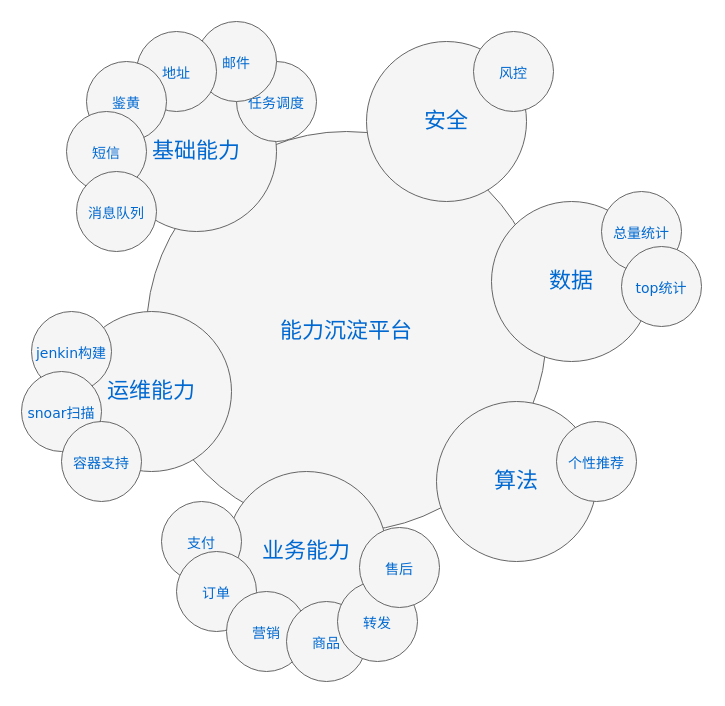
Before: 能力连接图.drawio in mingtian110/pc_home, a draw.io diagram. Source tidied: cells renumbered, new cells numbered last; positions are measured from the earlier drawing's top-left corner, leaving out a move shared by most shapes. Both pictures are drawn from the tidied source at 100%, with x=0, y=0 at pixel (21, 21).
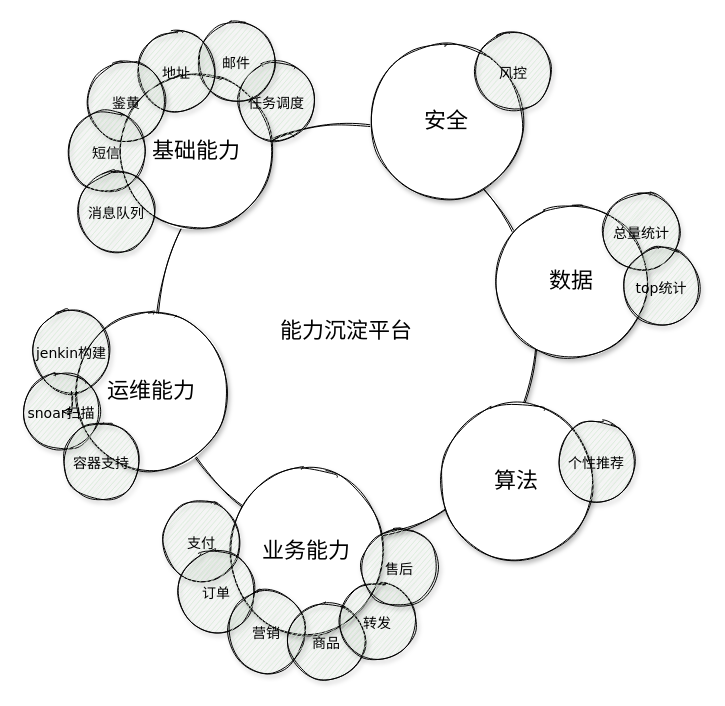
The same page after the edit.

Commit message:
更新能力连接图.drawio

The edit, as a diff of the source:
```diff
@@
-    <mxCell id="2" value="能力沉淀平台" style="ellipse;whiteSpace=wrap;html=1;rounded=0;shadow=0;dashed=0;comic=0;fontFamily=Verdana;fontSize=22;fontColor=#0069D1;fillColor=#f5f5f5;strokeColor=#666666;" parent="1" vertex="1">
+    <mxCell id="2" value="能力沉淀平台" style="ellipse;whiteSpace=wrap;html=1;rounded=0;shadow=1;comic=0;fontFamily=Verdana;fontSize=22;sketch=1;strokeWidth=1;fixDash=0;fillColor=#FFFFFF;" parent="1" vertex="1">
       <mxGeometry x="125" y="110" width="400" height="400" as="geometry" />
     </mxCell>
-    <mxCell id="3" value="业务能力" style="ellipse;whiteSpace=wrap;html=1;rounded=0;shadow=0;dashed=0;comic=0;fontFamily=Verdana;fontSize=22;fontColor=#0069D1;fillColor=#f5f5f5;strokeColor=#666666;" parent="1" vertex="1">
+    <mxCell id="3" value="业务能力" style="ellipse;whiteSpace=wrap;html=1;rounded=0;shadow=1;comic=0;fontFamily=Verdana;fontSize=22;sketch=1;strokeWidth=1;fixDash=0;fillColor=#FFFFFF;" parent="1" vertex="1">
       <mxGeometry x="205" y="450" width="160" height="160" as="geometry" />
     </mxCell>
-    <mxCell id="4" value="数据" style="ellipse;whiteSpace=wrap;html=1;rounded=0;shadow=0;dashed=0;comic=0;fontFamily=Verdana;fontSize=22;fontColor=#0069D1;fillColor=#f5f5f5;strokeColor=#666666;" parent="1" vertex="1">
+    <mxCell id="4" value="数据" style="ellipse;whiteSpace=wrap;html=1;rounded=0;shadow=1;comic=0;fontFamily=Verdana;fontSize=22;sketch=1;strokeWidth=1;fixDash=0;fillColor=#FFFFFF;" parent="1" vertex="1">
       <mxGeometry x="470" y="180" width="160" height="160" as="geometry" />
     </mxCell>
-    <mxCell id="5" value="基础能力" style="ellipse;whiteSpace=wrap;html=1;rounded=0;shadow=0;dashed=0;comic=0;fontFamily=Verdana;fontSize=22;fontColor=#0069D1;fillColor=#f5f5f5;strokeColor=#666666;" parent="1" vertex="1">
+    <mxCell id="5" value="基础能力" style="ellipse;whiteSpace=wrap;html=1;rounded=0;shadow=1;comic=0;fontFamily=Verdana;fontSize=22;sketch=1;strokeWidth=1;fixDash=0;fillColor=#FFFFFF;" parent="1" vertex="1">
       <mxGeometry x="95" y="50" width="160" height="160" as="geometry" />
     </mxCell>
-    <mxCell id="6" value="安全" style="ellipse;whiteSpace=wrap;html=1;rounded=0;shadow=0;dashed=0;comic=0;fontFamily=Verdana;fontSize=22;fontColor=#0069D1;fillColor=#f5f5f5;strokeColor=#666666;" parent="1" vertex="1">
+    <mxCell id="6" value="安全" style="ellipse;whiteSpace=wrap;html=1;rounded=0;shadow=1;comic=0;fontFamily=Verdana;fontSize=22;sketch=1;strokeWidth=1;fixDash=0;fillColor=#FFFFFF;" parent="1" vertex="1">
       <mxGeometry x="345" y="20" width="160" height="160" as="geometry" />
     </mxCell>
-    <mxCell id="7" value="算法" style="ellipse;whiteSpace=wrap;html=1;rounded=0;shadow=0;dashed=0;comic=0;fontFamily=Verdana;fontSize=22;fontColor=#0069D1;fillColor=#f5f5f5;strokeColor=#666666;" parent="1" vertex="1">
+    <mxCell id="7" value="算法" style="ellipse;whiteSpace=wrap;html=1;rounded=0;shadow=1;comic=0;fontFamily=Verdana;fontSize=22;sketch=1;strokeWidth=1;fixDash=0;fillColor=#FFFFFF;" parent="1" vertex="1">
       <mxGeometry x="415" y="380" width="160" height="160" as="geometry" />
     </mxCell>
-    <mxCell id="8" value="运维能力" style="ellipse;whiteSpace=wrap;html=1;rounded=0;shadow=0;dashed=0;comic=0;fontFamily=Verdana;fontSize=22;fontColor=#0069D1;fillColor=#f5f5f5;strokeColor=#666666;" parent="1" vertex="1">
+    <mxCell id="8" value="运维能力" style="ellipse;whiteSpace=wrap;html=1;rounded=0;shadow=1;comic=0;fontFamily=Verdana;fontSize=22;sketch=1;strokeWidth=1;fixDash=0;fillColor=#FFFFFF;" parent="1" vertex="1">
       <mxGeometry x="50" y="290" width="160" height="160" as="geometry" />
     </mxCell>
-    <mxCell id="9" style="edgeStyle=orthogonalEdgeStyle;rounded=0;jettySize=auto;html=1;" parent="1" edge="1" source="10" target="11">
+    <mxCell id="9" style="edgeStyle=orthogonalEdgeStyle;rounded=0;jettySize=auto;html=1;sketch=1;shadow=1;fillColor=#d5e8d4;strokeWidth=1;fixDash=0;snapToPoint=0;" parent="1" edge="1" source="10" target="11">
       <mxGeometry relative="1" as="geometry" />
     </mxCell>
-    <mxCell id="10" value="&lt;font style=&quot;font-size: 14px&quot;&gt;jenkin构建&lt;/font&gt;" style="ellipse;whiteSpace=wrap;html=1;rounded=0;shadow=0;dashed=0;comic=0;fontFamily=Verdana;fontSize=22;fontColor=#0069D1;fillColor=#f5f5f5;strokeColor=#666666;" parent="1" vertex="1">
+    <mxCell id="10" value="&lt;font style=&quot;font-size: 14px&quot;&gt;jenkin构建&lt;/font&gt;" style="ellipse;whiteSpace=wrap;html=1;rounded=0;shadow=1;comic=0;fontFamily=Verdana;fontSize=22;fillColor=#d5e8d4;sketch=1;strokeWidth=1;fixDash=0;snapToPoint=0;" parent="1" vertex="1">
       <mxGeometry x="10" y="290" width="80" height="80" as="geometry" />
     </mxCell>
-    <mxCell id="11" value="&lt;font style=&quot;font-size: 14px&quot;&gt;snoar扫描&lt;/font&gt;" style="ellipse;whiteSpace=wrap;html=1;rounded=0;shadow=0;dashed=0;comic=0;fontFamily=Verdana;fontSize=22;fontColor=#0069D1;fillColor=#f5f5f5;strokeColor=#666666;" parent="1" vertex="1">
+    <mxCell id="11" value="&lt;font style=&quot;font-size: 14px&quot;&gt;snoar扫描&lt;/font&gt;" style="ellipse;whiteSpace=wrap;html=1;rounded=0;shadow=1;comic=0;fontFamily=Verdana;fontSize=22;fillColor=#d5e8d4;sketch=1;strokeWidth=1;fixDash=0;snapToPoint=0;" parent="1" vertex="1">
       <mxGeometry y="350" width="80" height="80" as="geometry" />
     </mxCell>
-    <mxCell id="12" value="&lt;font style=&quot;font-size: 14px&quot;&gt;容器支持&lt;/font&gt;" style="ellipse;whiteSpace=wrap;html=1;rounded=0;shadow=0;dashed=0;comic=0;fontFamily=Verdana;fontSize=22;fontColor=#0069D1;fillColor=#f5f5f5;strokeColor=#666666;" parent="1" vertex="1">
+    <mxCell id="12" value="&lt;font style=&quot;font-size: 14px&quot;&gt;容器支持&lt;/font&gt;" style="ellipse;whiteSpace=wrap;html=1;rounded=0;shadow=1;comic=0;fontFamily=Verdana;fontSize=22;fillColor=#d5e8d4;sketch=1;strokeWidth=1;fixDash=0;" parent="1" vertex="1">
       <mxGeometry x="40" y="400" width="80" height="80" as="geometry" />
     </mxCell>
-    <mxCell id="13" value="&lt;font style=&quot;font-size: 14px&quot;&gt;总量统计&lt;/font&gt;" style="ellipse;whiteSpace=wrap;html=1;rounded=0;shadow=0;dashed=0;comic=0;fontFamily=Verdana;fontSize=22;fontColor=#0069D1;fillColor=#f5f5f5;strokeColor=#666666;" parent="1" vertex="1">
+    <mxCell id="13" value="&lt;font style=&quot;font-size: 14px&quot;&gt;总量统计&lt;/font&gt;" style="ellipse;whiteSpace=wrap;html=1;rounded=0;shadow=1;comic=0;fontFamily=Verdana;fontSize=22;fillColor=#d5e8d4;sketch=1;strokeWidth=1;fixDash=0;" parent="1" vertex="1">
       <mxGeometry x="580" y="170" width="80" height="80" as="geometry" />
     </mxCell>
-    <mxCell id="14" value="&lt;font style=&quot;font-size: 14px&quot;&gt;top统计&lt;/font&gt;" style="ellipse;whiteSpace=wrap;html=1;rounded=0;shadow=0;dashed=0;comic=0;fontFamily=Verdana;fontSize=22;fontColor=#0069D1;fillColor=#f5f5f5;strokeColor=#666666;" parent="1" vertex="1">
+    <mxCell id="14" value="&lt;font style=&quot;font-size: 14px&quot;&gt;top统计&lt;/font&gt;" style="ellipse;whiteSpace=wrap;html=1;rounded=0;shadow=1;comic=0;fontFamily=Verdana;fontSize=22;fillColor=#d5e8d4;sketch=1;strokeWidth=1;fixDash=0;" parent="1" vertex="1">
       <mxGeometry x="600" y="225" width="80" height="80" as="geometry" />
     </mxCell>
-    <mxCell id="15" value="&lt;font style=&quot;font-size: 14px&quot;&gt;任务调度&lt;/font&gt;" style="ellipse;whiteSpace=wrap;html=1;rounded=0;shadow=0;dashed=0;comic=0;fontFamily=Verdana;fontSize=22;fontColor=#0069D1;fillColor=#f5f5f5;strokeColor=#666666;" parent="1" vertex="1">
+    <mxCell id="15" value="&lt;font style=&quot;font-size: 14px&quot;&gt;任务调度&lt;/font&gt;" style="ellipse;whiteSpace=wrap;html=1;rounded=0;shadow=1;comic=0;fontFamily=Verdana;fontSize=22;fillColor=#d5e8d4;sketch=1;strokeWidth=1;fixDash=0;" parent="1" vertex="1">
       <mxGeometry x="215" y="40" width="80" height="80" as="geometry" />
     </mxCell>
-    <mxCell id="16" value="&lt;font style=&quot;font-size: 14px&quot;&gt;邮件&lt;/font&gt;" style="ellipse;whiteSpace=wrap;html=1;rounded=0;shadow=0;dashed=0;comic=0;fontFamily=Verdana;fontSize=22;fontColor=#0069D1;fillColor=#f5f5f5;strokeColor=#666666;" parent="1" vertex="1">
+    <mxCell id="16" value="&lt;font style=&quot;font-size: 14px&quot;&gt;邮件&lt;/font&gt;" style="ellipse;whiteSpace=wrap;html=1;rounded=0;shadow=1;comic=0;fontFamily=Verdana;fontSize=22;fillColor=#d5e8d4;sketch=1;strokeWidth=1;fixDash=0;" parent="1" vertex="1">
       <mxGeometry x="175" width="80" height="80" as="geometry" />
     </mxCell>
-    <mxCell id="17" value="&lt;font style=&quot;font-size: 14px&quot;&gt;地址&lt;/font&gt;" style="ellipse;whiteSpace=wrap;html=1;rounded=0;shadow=0;dashed=0;comic=0;fontFamily=Verdana;fontSize=22;fontColor=#0069D1;fillColor=#f5f5f5;strokeColor=#666666;" parent="1" vertex="1">
+    <mxCell id="17" value="&lt;font style=&quot;font-size: 14px&quot;&gt;地址&lt;/font&gt;" style="ellipse;whiteSpace=wrap;html=1;rounded=0;shadow=1;comic=0;fontFamily=Verdana;fontSize=22;fillColor=#d5e8d4;sketch=1;strokeWidth=1;fixDash=0;" parent="1" vertex="1">
       <mxGeometry x="115" y="10" width="80" height="80" as="geometry" />
     </mxCell>
-    <mxCell id="18" value="&lt;font style=&quot;font-size: 14px&quot;&gt;鉴黄&lt;/font&gt;" style="ellipse;whiteSpace=wrap;html=1;rounded=0;shadow=0;dashed=0;comic=0;fontFamily=Verdana;fontSize=22;fontColor=#0069D1;fillColor=#f5f5f5;strokeColor=#666666;" parent="1" vertex="1">
+    <mxCell id="18" value="&lt;font style=&quot;font-size: 14px&quot;&gt;鉴黄&lt;/font&gt;" style="ellipse;whiteSpace=wrap;html=1;rounded=0;shadow=1;comic=0;fontFamily=Verdana;fontSize=22;fillColor=#d5e8d4;sketch=1;strokeWidth=1;fixDash=0;" parent="1" vertex="1">
       <mxGeometry x="65" y="40" width="80" height="80" as="geometry" />
     </mxCell>
-    <mxCell id="19" value="&lt;font style=&quot;font-size: 14px&quot;&gt;短信&lt;/font&gt;" style="ellipse;whiteSpace=wrap;html=1;rounded=0;shadow=0;dashed=0;comic=0;fontFamily=Verdana;fontSize=22;fontColor=#0069D1;fillColor=#f5f5f5;strokeColor=#666666;" parent="1" vertex="1">
+    <mxCell id="19" value="&lt;font style=&quot;font-size: 14px&quot;&gt;短信&lt;/font&gt;" style="ellipse;whiteSpace=wrap;html=1;rounded=0;shadow=1;comic=0;fontFamily=Verdana;fontSize=22;fillColor=#d5e8d4;sketch=1;strokeWidth=1;fixDash=0;" parent="1" vertex="1">
       <mxGeometry x="45" y="90" width="80" height="80" as="geometry" />
     </mxCell>
-    <mxCell id="20" value="&lt;font style=&quot;font-size: 14px&quot;&gt;消息队列&lt;/font&gt;" style="ellipse;whiteSpace=wrap;html=1;rounded=0;shadow=0;dashed=0;comic=0;fontFamily=Verdana;fontSize=22;fontColor=#0069D1;fillColor=#f5f5f5;strokeColor=#666666;" parent="1" vertex="1">
+    <mxCell id="20" value="&lt;font style=&quot;font-size: 14px&quot;&gt;消息队列&lt;/font&gt;" style="ellipse;whiteSpace=wrap;html=1;rounded=0;shadow=1;comic=0;fontFamily=Verdana;fontSize=22;fillColor=#d5e8d4;sketch=1;strokeWidth=1;fixDash=0;" parent="1" vertex="1">
       <mxGeometry x="55" y="150" width="80" height="80" as="geometry" />
     </mxCell>
-    <mxCell id="21" value="&lt;font style=&quot;font-size: 14px&quot;&gt;个性推荐&lt;/font&gt;" style="ellipse;whiteSpace=wrap;html=1;rounded=0;shadow=0;dashed=0;comic=0;fontFamily=Verdana;fontSize=22;fontColor=#0069D1;fillColor=#f5f5f5;strokeColor=#666666;" parent="1" vertex="1">
+    <mxCell id="21" value="&lt;font style=&quot;font-size: 14px&quot;&gt;个性推荐&lt;/font&gt;" style="ellipse;whiteSpace=wrap;html=1;rounded=0;shadow=1;comic=0;fontFamily=Verdana;fontSize=22;fillColor=#d5e8d4;sketch=1;strokeWidth=1;fixDash=0;" parent="1" vertex="1">
       <mxGeometry x="535" y="400" width="80" height="80" as="geometry" />
     </mxCell>
-    <mxCell id="22" value="&lt;font style=&quot;font-size: 14px&quot;&gt;支付&lt;/font&gt;" style="ellipse;whiteSpace=wrap;html=1;rounded=0;shadow=0;dashed=0;comic=0;fontFamily=Verdana;fontSize=22;fontColor=#0069D1;fillColor=#f5f5f5;strokeColor=#666666;" parent="1" vertex="1">
+    <mxCell id="22" value="&lt;font style=&quot;font-size: 14px&quot;&gt;支付&lt;/font&gt;" style="ellipse;whiteSpace=wrap;html=1;rounded=0;shadow=1;comic=0;fontFamily=Verdana;fontSize=22;fillColor=#d5e8d4;sketch=1;strokeWidth=1;fixDash=0;" parent="1" vertex="1">
       <mxGeometry x="140" y="480" width="80" height="80" as="geometry" />
     </mxCell>
-    <mxCell id="23" value="&lt;font style=&quot;font-size: 14px&quot;&gt;订单&lt;/font&gt;" style="ellipse;whiteSpace=wrap;html=1;rounded=0;shadow=0;dashed=0;comic=0;fontFamily=Verdana;fontSize=22;fontColor=#0069D1;fillColor=#f5f5f5;strokeColor=#666666;" parent="1" vertex="1">
+    <mxCell id="23" value="&lt;font style=&quot;font-size: 14px&quot;&gt;订单&lt;/font&gt;" style="ellipse;whiteSpace=wrap;html=1;rounded=0;shadow=1;comic=0;fontFamily=Verdana;fontSize=22;fillColor=#d5e8d4;sketch=1;strokeWidth=1;fixDash=0;" parent="1" vertex="1">
       <mxGeometry x="155" y="530" width="80" height="80" as="geometry" />
     </mxCell>
-    <mxCell id="24" value="&lt;font style=&quot;font-size: 14px&quot;&gt;营销&lt;/font&gt;" style="ellipse;whiteSpace=wrap;html=1;rounded=0;shadow=0;dashed=0;comic=0;fontFamily=Verdana;fontSize=22;fontColor=#0069D1;fillColor=#f5f5f5;strokeColor=#666666;" parent="1" vertex="1">
+    <mxCell id="24" value="&lt;font style=&quot;font-size: 14px&quot;&gt;营销&lt;/font&gt;" style="ellipse;whiteSpace=wrap;html=1;rounded=0;shadow=1;comic=0;fontFamily=Verdana;fontSize=22;fillColor=#d5e8d4;sketch=1;strokeWidth=1;fixDash=0;" parent="1" vertex="1">
       <mxGeometry x="205" y="570" width="80" height="80" as="geometry" />
     </mxCell>
-    <mxCell id="25" value="&lt;font style=&quot;font-size: 14px&quot;&gt;商品&lt;/font&gt;" style="ellipse;whiteSpace=wrap;html=1;rounded=0;shadow=0;dashed=0;comic=0;fontFamily=Verdana;fontSize=22;fontColor=#0069D1;fillColor=#f5f5f5;strokeColor=#666666;" parent="1" vertex="1">
+    <mxCell id="25" value="&lt;font style=&quot;font-size: 14px&quot;&gt;商品&lt;/font&gt;" style="ellipse;whiteSpace=wrap;html=1;rounded=0;shadow=1;comic=0;fontFamily=Verdana;fontSize=22;fillColor=#d5e8d4;sketch=1;strokeWidth=1;fixDash=0;" parent="1" vertex="1">
       <mxGeometry x="265" y="580" width="80" height="80" as="geometry" />
     </mxCell>
-    <mxCell id="26" value="&lt;font style=&quot;font-size: 14px&quot;&gt;转发&lt;/font&gt;" style="ellipse;whiteSpace=wrap;html=1;rounded=0;shadow=0;dashed=0;comic=0;fontFamily=Verdana;fontSize=22;fontColor=#0069D1;fillColor=#f5f5f5;strokeColor=#666666;" parent="1" vertex="1">
+    <mxCell id="26" value="&lt;font style=&quot;font-size: 14px&quot;&gt;转发&lt;/font&gt;" style="ellipse;whiteSpace=wrap;html=1;rounded=0;shadow=1;comic=0;fontFamily=Verdana;fontSize=22;fillColor=#d5e8d4;sketch=1;strokeWidth=1;fixDash=0;" parent="1" vertex="1">
       <mxGeometry x="316" y="560" width="80" height="80" as="geometry" />
     </mxCell>
-    <mxCell id="27" value="&lt;font style=&quot;font-size: 14px&quot;&gt;售后&lt;/font&gt;" style="ellipse;whiteSpace=wrap;html=1;rounded=0;shadow=0;dashed=0;comic=0;fontFamily=Verdana;fontSize=22;fontColor=#0069D1;fillColor=#f5f5f5;strokeColor=#666666;" parent="1" vertex="1">
+    <mxCell id="27" value="&lt;font style=&quot;font-size: 14px&quot;&gt;售后&lt;/font&gt;" style="ellipse;whiteSpace=wrap;html=1;rounded=0;shadow=1;comic=0;fontFamily=Verdana;fontSize=22;fillColor=#d5e8d4;sketch=1;strokeWidth=1;fixDash=0;" parent="1" vertex="1">
       <mxGeometry x="338" y="506" width="80" height="80" as="geometry" />
     </mxCell>
-    <mxCell id="28" value="&lt;font style=&quot;font-size: 14px&quot;&gt;风控&lt;/font&gt;" style="ellipse;whiteSpace=wrap;html=1;rounded=0;shadow=0;dashed=0;comic=0;fontFamily=Verdana;fontSize=22;fontColor=#0069D1;fillColor=#f5f5f5;strokeColor=#666666;" parent="1" vertex="1">
+    <mxCell id="28" value="&lt;font style=&quot;font-size: 14px&quot;&gt;风控&lt;/font&gt;" style="ellipse;whiteSpace=wrap;html=1;rounded=0;shadow=1;comic=0;fontFamily=Verdana;fontSize=22;fillColor=#d5e8d4;sketch=1;strokeWidth=1;fixDash=0;" parent="1" vertex="1">
       <mxGeometry x="452" y="10" width="80" height="80" as="geometry" />
     </mxCell>
```
